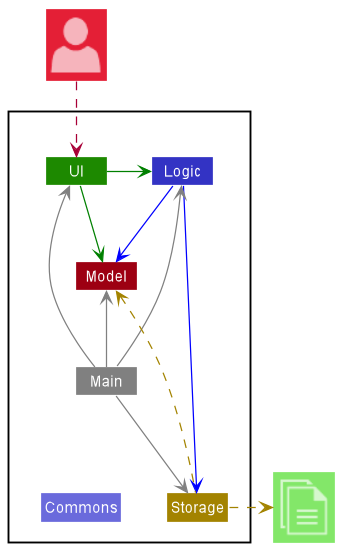
Above: docs/images/ArchitectureDiagram.png in nus-cs2103-AY2223S1/tp (PlantUML), before the change.
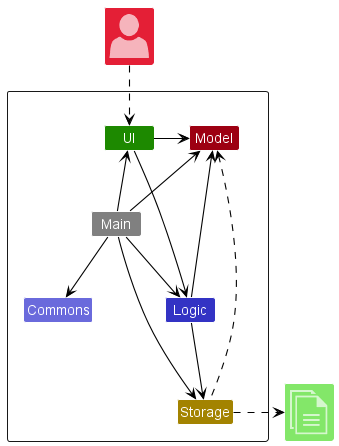
The same diagram one commit later.

What changed in the source:
```diff
@@ -3,6 +3,8 @@
 !include <office/Concepts/documents>
 !include <office/Users/user>
 !include style.puml
+skinparam arrowThickness 1.1
+skinparam arrowColor BLACK
 
 Package " "<<Rectangle>>{
     Class UI UI_COLOR
@@ -17,17 +19,17 @@
 Class "<$documents>" as File UI_COLOR_T1
 
 
-UI -[#green]> Logic
-UI -right[#green]-> Model
-Logic -[#blue]-> Storage
-Logic -down[#blue]-> Model
-Main -[#grey]-> UI
-Main -[#grey]-> Logic
-Main -[#grey]-> Storage
-Main -up[#grey]-> Model
-Main -down[hidden]-> Commons
+UI --> Logic
+UI -right-> Model
+Logic --> Storage
+Logic -down-> Model
+Main --> UI
+Main --> Logic
+Main --> Storage
+Main -up-> Model
+Main -down-> Commons
 
-Storage -up[STORAGE_COLOR].> Model
-Storage .right[STORAGE_COLOR].>File
+Storage -up.> Model
+Storage .right.>File
 User ..> UI
 @enduml
```
